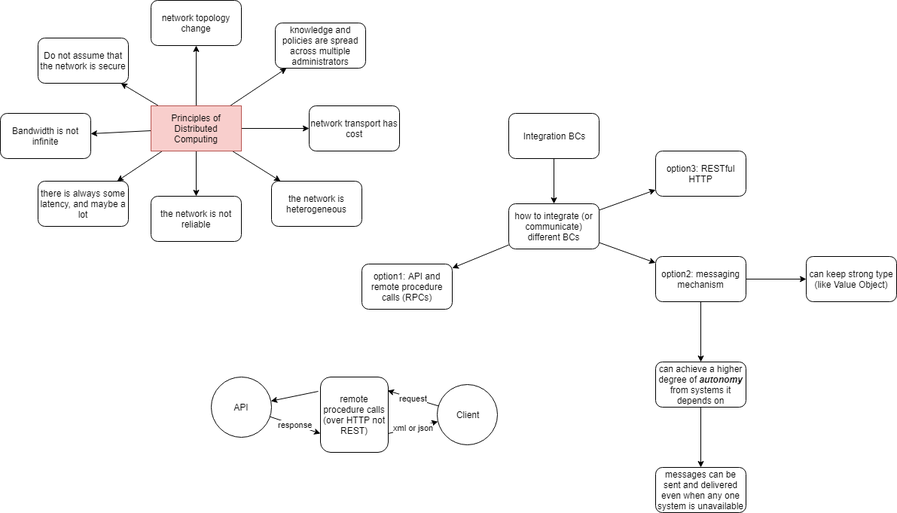
stsiwo/ddd_concept keeps this draw.io diagram as DDD_Integration_BCs.PNG. Above is the earlier version. Source tidied: cells renumbered, new cells last; positions are measured from the earlier drawing's top-left corner, leaving out a move shared by most shapes. The source it was exported from:
```xml
<mxGraphModel background="#FFFFFF">
  <root>
    <mxCell id="0" />
    <mxCell id="1" parent="0" />
    <mxCell id="2" style="rounded=0;jettySize=auto;html=1;" parent="1" edge="1" source="3" target="7">
      <mxGeometry relative="1" as="geometry" />
    </mxCell>
    <mxCell id="3" value="Integration BCs" style="rounded=1;whiteSpace=wrap;html=1;" parent="1" vertex="1">
      <mxGeometry x="675" y="150" width="120" height="60" as="geometry" />
    </mxCell>
    <mxCell id="4" style="edgeStyle=none;rounded=0;jettySize=auto;html=1;" parent="1" edge="1" source="7" target="16">
      <mxGeometry relative="1" as="geometry" />
    </mxCell>
    <mxCell id="5" style="edgeStyle=none;rounded=0;jettySize=auto;html=1;" parent="1" edge="1" source="7" target="11">
      <mxGeometry relative="1" as="geometry" />
    </mxCell>
    <mxCell id="6" style="edgeStyle=none;rounded=0;jettySize=auto;html=1;" parent="1" edge="1" source="7" target="8">
      <mxGeometry relative="1" as="geometry" />
    </mxCell>
    <mxCell id="7" value="how to integrate (or communicate) different BCs" style="rounded=1;whiteSpace=wrap;html=1;" parent="1" vertex="1">
      <mxGeometry x="675" y="270" width="120" height="60" as="geometry" />
    </mxCell>
    <mxCell id="8" value="option3: RESTful HTTP" style="rounded=1;whiteSpace=wrap;html=1;" parent="1" vertex="1">
      <mxGeometry x="870" y="200" width="120" height="60" as="geometry" />
    </mxCell>
    <mxCell id="9" style="edgeStyle=none;rounded=0;jettySize=auto;html=1;" parent="1" edge="1" source="11" target="15">
      <mxGeometry relative="1" as="geometry" />
    </mxCell>
    <mxCell id="10" style="edgeStyle=none;rounded=0;jettySize=auto;html=1;" parent="1" edge="1" source="11" target="13">
      <mxGeometry relative="1" as="geometry" />
    </mxCell>
    <mxCell id="11" value="option2: messaging mechanism" style="rounded=1;whiteSpace=wrap;html=1;" parent="1" vertex="1">
      <mxGeometry x="870" y="340" width="120" height="60" as="geometry" />
    </mxCell>
    <mxCell id="12" style="edgeStyle=none;rounded=0;jettySize=auto;html=1;" parent="1" edge="1" source="13" target="14">
      <mxGeometry relative="1" as="geometry" />
    </mxCell>
    <mxCell id="13" value="can achieve a higher degree of &lt;b&gt;&lt;i&gt;autonomy&lt;/i&gt;&lt;/b&gt; from systems it depends on" style="rounded=1;whiteSpace=wrap;html=1;" parent="1" vertex="1">
      <mxGeometry x="870" y="480" width="120" height="60" as="geometry" />
    </mxCell>
    <mxCell id="14" value="messages can be sent and delivered even when any one system is unavailable" style="rounded=1;whiteSpace=wrap;html=1;" parent="1" vertex="1">
      <mxGeometry x="870" y="620" width="120" height="60" as="geometry" />
    </mxCell>
    <mxCell id="15" value="can keep strong type (like Value Object)" style="rounded=1;whiteSpace=wrap;html=1;" parent="1" vertex="1">
      <mxGeometry x="1070" y="340" width="120" height="60" as="geometry" />
    </mxCell>
    <mxCell id="16" value="option1: API and remote procedure calls (RPCs)" style="rounded=1;whiteSpace=wrap;html=1;" parent="1" vertex="1">
      <mxGeometry x="480" y="350" width="120" height="60" as="geometry" />
    </mxCell>
    <mxCell id="17" value="response" style="edgeStyle=none;rounded=0;jettySize=auto;html=1;entryX=0;entryY=0.75;entryDx=0;entryDy=0;" parent="1" edge="1" source="18" target="23">
      <mxGeometry relative="1" as="geometry" />
    </mxCell>
    <mxCell id="18" value="API" style="ellipse;whiteSpace=wrap;html=1;" parent="1" vertex="1">
      <mxGeometry x="280" y="500" width="80" height="80" as="geometry" />
    </mxCell>
    <mxCell id="19" value="request" style="edgeStyle=none;rounded=0;jettySize=auto;html=1;entryX=0.989;entryY=0.18;entryDx=0;entryDy=0;entryPerimeter=0;" parent="1" edge="1" source="20" target="23">
      <mxGeometry relative="1" as="geometry" />
    </mxCell>
    <mxCell id="20" value="Client" style="ellipse;whiteSpace=wrap;html=1;" parent="1" vertex="1">
      <mxGeometry x="580" y="510" width="80" height="80" as="geometry" />
    </mxCell>
    <mxCell id="21" style="edgeStyle=none;rounded=0;jettySize=auto;html=1;exitX=-0.033;exitY=0.19;exitDx=0;exitDy=0;exitPerimeter=0;" parent="1" edge="1" source="23" target="18">
      <mxGeometry relative="1" as="geometry" />
    </mxCell>
    <mxCell id="22" value="xml or json" style="edgeStyle=none;rounded=0;jettySize=auto;html=1;exitX=1;exitY=0.75;exitDx=0;exitDy=0;" parent="1" edge="1" source="23" target="20">
      <mxGeometry relative="1" as="geometry" />
    </mxCell>
    <mxCell id="23" value="remote procedure calls&lt;br&gt;(over HTTP not REST)&lt;br&gt;" style="rounded=1;whiteSpace=wrap;html=1;" parent="1" vertex="1">
      <mxGeometry x="425" y="500" width="90" height="100" as="geometry" />
    </mxCell>
    <mxCell id="24" style="edgeStyle=none;rounded=0;jettySize=auto;html=1;" parent="1" edge="1" source="32" target="33">
      <mxGeometry relative="1" as="geometry" />
    </mxCell>
    <mxCell id="25" style="edgeStyle=none;rounded=0;jettySize=auto;html=1;" parent="1" edge="1" source="32" target="34">
      <mxGeometry relative="1" as="geometry" />
    </mxCell>
    <mxCell id="26" style="edgeStyle=none;rounded=0;jettySize=auto;html=1;" parent="1" edge="1" source="32" target="35">
      <mxGeometry relative="1" as="geometry" />
    </mxCell>
    <mxCell id="27" style="edgeStyle=none;rounded=0;jettySize=auto;html=1;" parent="1" edge="1" source="32" target="36">
      <mxGeometry relative="1" as="geometry" />
    </mxCell>
    <mxCell id="28" style="edgeStyle=none;rounded=0;jettySize=auto;html=1;" parent="1" edge="1" source="32" target="37">
      <mxGeometry relative="1" as="geometry" />
    </mxCell>
    <mxCell id="29" style="edgeStyle=none;rounded=0;jettySize=auto;html=1;" parent="1" edge="1" source="32" target="38">
      <mxGeometry relative="1" as="geometry" />
    </mxCell>
    <mxCell id="30" style="edgeStyle=none;rounded=0;jettySize=auto;html=1;" parent="1" edge="1" source="32" target="39">
      <mxGeometry relative="1" as="geometry" />
    </mxCell>
    <mxCell id="31" style="edgeStyle=none;rounded=0;jettySize=auto;html=1;" parent="1" edge="1" source="32" target="40">
      <mxGeometry relative="1" as="geometry" />
    </mxCell>
    <mxCell id="32" value="Principles of Distributed Computing" style="rounded=0;whiteSpace=wrap;html=1;fillColor=#f8cecc;strokeColor=#b85450;" parent="1" vertex="1">
      <mxGeometry x="200" y="140" width="120" height="60" as="geometry" />
    </mxCell>
    <mxCell id="33" value="the network is not reliable" style="rounded=1;whiteSpace=wrap;html=1;" parent="1" vertex="1">
      <mxGeometry x="200" y="260" width="120" height="60" as="geometry" />
    </mxCell>
    <mxCell id="34" value="there is always some latency, and maybe a lot" style="rounded=1;whiteSpace=wrap;html=1;" parent="1" vertex="1">
      <mxGeometry x="50" y="240" width="120" height="60" as="geometry" />
    </mxCell>
    <mxCell id="35" value="Bandwidth is not infinite" style="rounded=1;whiteSpace=wrap;html=1;" parent="1" vertex="1">
      <mxGeometry y="150" width="120" height="60" as="geometry" />
    </mxCell>
    <mxCell id="36" value="Do not assume that the network is secure" style="rounded=1;whiteSpace=wrap;html=1;" parent="1" vertex="1">
      <mxGeometry x="50" y="50" width="120" height="60" as="geometry" />
    </mxCell>
    <mxCell id="37" value="network topology change" style="rounded=1;whiteSpace=wrap;html=1;" parent="1" vertex="1">
      <mxGeometry x="200" width="120" height="60" as="geometry" />
    </mxCell>
    <mxCell id="38" value="knowledge and policies are spread across multiple administrators" style="rounded=1;whiteSpace=wrap;html=1;" parent="1" vertex="1">
      <mxGeometry x="365" y="30" width="120" height="60" as="geometry" />
    </mxCell>
    <mxCell id="39" value="network transport has cost" style="rounded=1;whiteSpace=wrap;html=1;" parent="1" vertex="1">
      <mxGeometry x="410" y="140" width="120" height="60" as="geometry" />
    </mxCell>
    <mxCell id="40" value="the network is heterogeneous" style="rounded=1;whiteSpace=wrap;html=1;" parent="1" vertex="1">
      <mxGeometry x="360" y="240" width="120" height="60" as="geometry" />
    </mxCell>
  </root>
</mxGraphModel>
```
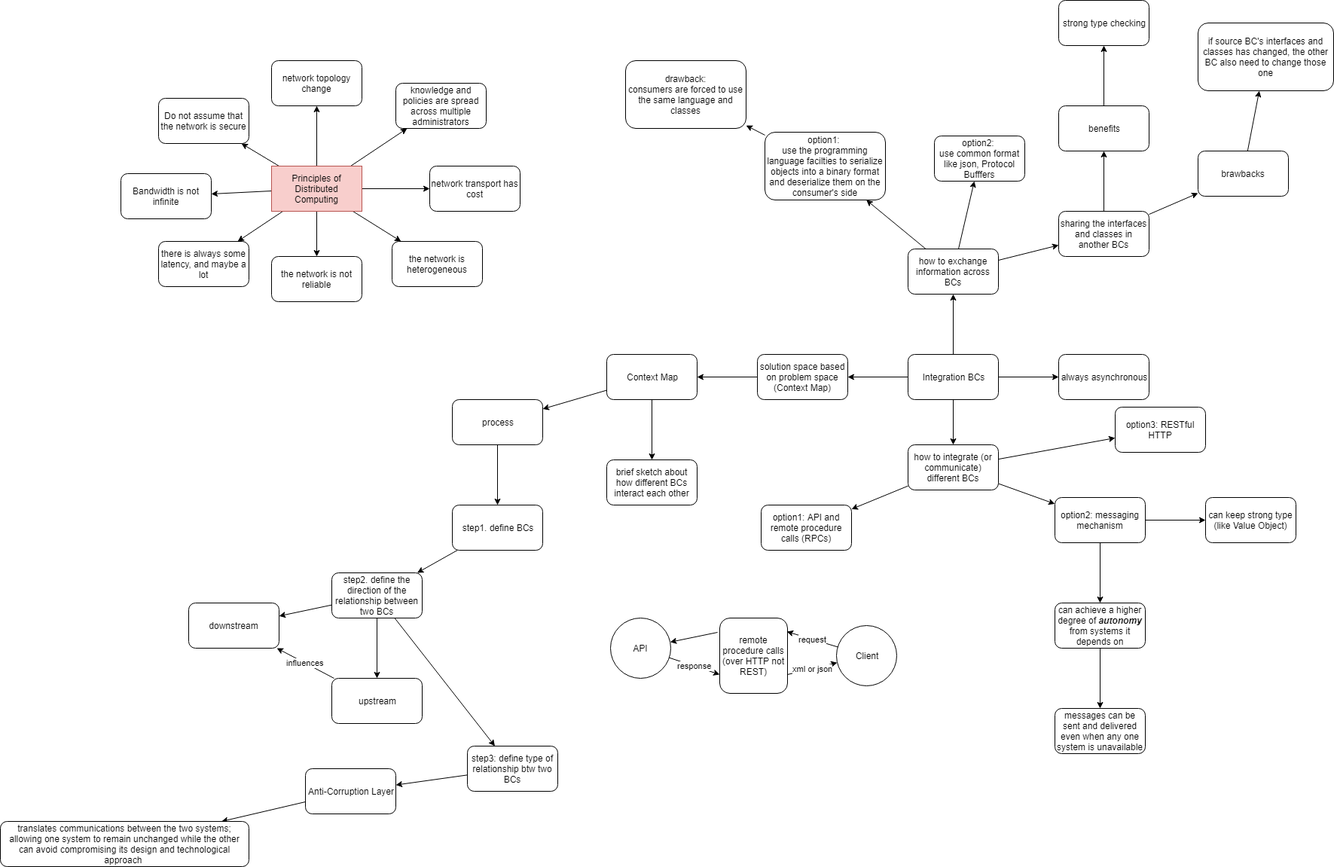
The same diagram one commit later.

Diff of the diagram source:
```diff
@@ -5,9 +5,138 @@
     <mxCell id="2" style="rounded=0;jettySize=auto;html=1;" parent="1" edge="1" source="3" target="7">
       <mxGeometry relative="1" as="geometry" />
     </mxCell>
+    <mxCell id="41" style="edgeStyle=none;rounded=0;jettySize=auto;html=1;" parent="1" edge="1" source="3" target="70">
+      <mxGeometry relative="1" as="geometry" />
+    </mxCell>
+    <mxCell id="42" style="edgeStyle=none;rounded=0;jettySize=auto;html=1;" parent="1" edge="1" source="3" target="66">
+      <mxGeometry relative="1" as="geometry" />
+    </mxCell>
+    <mxCell id="43" style="edgeStyle=none;rounded=0;jettySize=auto;html=1;" parent="1" edge="1" source="3" target="45">
+      <mxGeometry relative="1" as="geometry" />
+    </mxCell>
     <mxCell id="3" value="Integration BCs" style="rounded=1;whiteSpace=wrap;html=1;" parent="1" vertex="1">
       <mxGeometry x="675" y="150" width="120" height="60" as="geometry" />
     </mxCell>
+    <mxCell id="44" style="edgeStyle=none;rounded=0;jettySize=auto;html=1;" parent="1" edge="1" source="45" target="48">
+      <mxGeometry relative="1" as="geometry" />
+    </mxCell>
+    <mxCell id="45" value="solution space based on problem space (Context Map)" style="rounded=1;whiteSpace=wrap;html=1;" parent="1" vertex="1">
+      <mxGeometry x="475" y="150" width="120" height="60" as="geometry" />
+    </mxCell>
+    <mxCell id="46" style="edgeStyle=none;rounded=0;jettySize=auto;html=1;" parent="1" edge="1" source="48" target="65">
+      <mxGeometry relative="1" as="geometry" />
+    </mxCell>
+    <mxCell id="47" style="edgeStyle=none;rounded=0;jettySize=auto;html=1;" parent="1" edge="1" source="48" target="50">
+      <mxGeometry relative="1" as="geometry" />
+    </mxCell>
+    <mxCell id="48" value="Context Map" style="rounded=1;whiteSpace=wrap;html=1;" parent="1" vertex="1">
+      <mxGeometry x="275" y="150" width="120" height="60" as="geometry" />
+    </mxCell>
+    <mxCell id="49" style="edgeStyle=none;rounded=0;jettySize=auto;html=1;" parent="1" edge="1" source="50" target="52">
+      <mxGeometry relative="1" as="geometry" />
+    </mxCell>
+    <mxCell id="50" value="process" style="rounded=1;whiteSpace=wrap;html=1;" parent="1" vertex="1">
+      <mxGeometry x="70" y="210" width="120" height="60" as="geometry" />
+    </mxCell>
+    <mxCell id="51" style="edgeStyle=none;rounded=0;jettySize=auto;html=1;" parent="1" edge="1" source="52" target="56">
+      <mxGeometry relative="1" as="geometry" />
+    </mxCell>
+    <mxCell id="52" value="step1. define BCs" style="rounded=1;whiteSpace=wrap;html=1;" parent="1" vertex="1">
+      <mxGeometry x="70" y="350" width="120" height="60" as="geometry" />
+    </mxCell>
+    <mxCell id="53" style="edgeStyle=none;rounded=0;jettySize=auto;html=1;" parent="1" edge="1" source="56" target="64">
+      <mxGeometry relative="1" as="geometry" />
+    </mxCell>
+    <mxCell id="54" style="edgeStyle=none;rounded=0;jettySize=auto;html=1;" parent="1" edge="1" source="56" target="62">
+      <mxGeometry relative="1" as="geometry" />
+    </mxCell>
+    <mxCell id="55" style="edgeStyle=none;rounded=0;jettySize=auto;html=1;" parent="1" edge="1" source="56" target="58">
+      <mxGeometry relative="1" as="geometry" />
+    </mxCell>
+    <mxCell id="56" value="step2. define the direction of the relationship between two BCs" style="rounded=1;whiteSpace=wrap;html=1;" parent="1" vertex="1">
+      <mxGeometry x="-90" y="440" width="120" height="60" as="geometry" />
+    </mxCell>
+    <mxCell id="57" style="edgeStyle=none;rounded=0;jettySize=auto;html=1;" parent="1" edge="1" source="58" target="60">
+      <mxGeometry relative="1" as="geometry" />
+    </mxCell>
+    <mxCell id="58" value="step3: define type of relationship btw two BCs" style="rounded=1;whiteSpace=wrap;html=1;" parent="1" vertex="1">
+      <mxGeometry x="90" y="670" width="120" height="60" as="geometry" />
+    </mxCell>
+    <mxCell id="59" style="edgeStyle=none;rounded=0;jettySize=auto;html=1;" parent="1" edge="1" source="60" target="61">
+      <mxGeometry relative="1" as="geometry" />
+    </mxCell>
+    <mxCell id="60" value="Anti-Corruption Layer" style="rounded=1;whiteSpace=wrap;html=1;" parent="1" vertex="1">
+      <mxGeometry x="-125" y="700" width="120" height="60" as="geometry" />
+    </mxCell>
+    <mxCell id="61" value="translates communications between the two systems; allowing one system to remain unchanged while the other can avoid compromising its design and technological approach&amp;nbsp;" style="rounded=1;whiteSpace=wrap;html=1;" parent="1" vertex="1">
+      <mxGeometry x="-530" y="770" width="330" height="60" as="geometry" />
+    </mxCell>
+    <mxCell id="62" value="downstream" style="rounded=1;whiteSpace=wrap;html=1;" parent="1" vertex="1">
+      <mxGeometry x="-280" y="480" width="120" height="60" as="geometry" />
+    </mxCell>
+    <mxCell id="63" value="influences" style="edgeStyle=none;rounded=0;jettySize=auto;html=1;" parent="1" edge="1" source="64" target="62">
+      <mxGeometry relative="1" as="geometry" />
+    </mxCell>
+    <mxCell id="64" value="upstream" style="rounded=1;whiteSpace=wrap;html=1;" parent="1" vertex="1">
+      <mxGeometry x="-90" y="580" width="120" height="60" as="geometry" />
+    </mxCell>
+    <mxCell id="65" value="brief sketch about how different BCs interact each other" style="rounded=1;whiteSpace=wrap;html=1;" parent="1" vertex="1">
+      <mxGeometry x="275" y="290" width="120" height="60" as="geometry" />
+    </mxCell>
+    <mxCell id="66" value="always asynchronous" style="rounded=1;whiteSpace=wrap;html=1;" parent="1" vertex="1">
+      <mxGeometry x="875" y="150" width="120" height="60" as="geometry" />
+    </mxCell>
+    <mxCell id="67" style="edgeStyle=none;rounded=0;jettySize=auto;html=1;" parent="1" edge="1" source="70" target="82">
+      <mxGeometry relative="1" as="geometry" />
+    </mxCell>
+    <mxCell id="68" style="edgeStyle=none;rounded=0;jettySize=auto;html=1;" parent="1" edge="1" source="70" target="80">
+      <mxGeometry relative="1" as="geometry" />
+    </mxCell>
+    <mxCell id="69" style="edgeStyle=none;rounded=0;jettySize=auto;html=1;" parent="1" edge="1" source="70" target="73">
+      <mxGeometry relative="1" as="geometry" />
+    </mxCell>
+    <mxCell id="70" value="how to exchange information across BCs" style="rounded=1;whiteSpace=wrap;html=1;" parent="1" vertex="1">
+      <mxGeometry x="675" y="10" width="120" height="60" as="geometry" />
+    </mxCell>
+    <mxCell id="71" style="edgeStyle=none;rounded=0;jettySize=auto;html=1;" parent="1" edge="1" source="73" target="78">
+      <mxGeometry relative="1" as="geometry" />
+    </mxCell>
+    <mxCell id="72" style="edgeStyle=none;rounded=0;jettySize=auto;html=1;" parent="1" edge="1" source="73" target="75">
+      <mxGeometry relative="1" as="geometry" />
+    </mxCell>
+    <mxCell id="73" value="sharing the interfaces and classes in another BCs" style="rounded=1;whiteSpace=wrap;html=1;" parent="1" vertex="1">
+      <mxGeometry x="875" y="-40" width="120" height="60" as="geometry" />
+    </mxCell>
+    <mxCell id="74" style="edgeStyle=none;rounded=0;jettySize=auto;html=1;" parent="1" edge="1" source="75" target="76">
+      <mxGeometry relative="1" as="geometry" />
+    </mxCell>
+    <mxCell id="75" value="brawbacks" style="rounded=1;whiteSpace=wrap;html=1;" parent="1" vertex="1">
+      <mxGeometry x="1060" y="-120" width="120" height="60" as="geometry" />
+    </mxCell>
+    <mxCell id="76" value="if source BC's interfaces and classes has changed, the other BC also need to change those one" style="rounded=1;whiteSpace=wrap;html=1;" parent="1" vertex="1">
+      <mxGeometry x="1060" y="-290" width="180" height="90" as="geometry" />
+    </mxCell>
+    <mxCell id="77" style="edgeStyle=none;rounded=0;jettySize=auto;html=1;" parent="1" edge="1" source="78" target="79">
+      <mxGeometry relative="1" as="geometry" />
+    </mxCell>
+    <mxCell id="78" value="benefits" style="rounded=1;whiteSpace=wrap;html=1;" parent="1" vertex="1">
+      <mxGeometry x="875" y="-180" width="120" height="60" as="geometry" />
+    </mxCell>
+    <mxCell id="79" value="strong type checking" style="rounded=1;whiteSpace=wrap;html=1;" parent="1" vertex="1">
+      <mxGeometry x="875" y="-320" width="120" height="60" as="geometry" />
+    </mxCell>
+    <mxCell id="80" value="option2:&amp;nbsp;&lt;br&gt;use common format like json, Protocol Bufffers&lt;br&gt;" style="rounded=1;whiteSpace=wrap;html=1;" parent="1" vertex="1">
+      <mxGeometry x="710" y="-140" width="120" height="60" as="geometry" />
+    </mxCell>
+    <mxCell id="81" style="edgeStyle=none;rounded=0;jettySize=auto;html=1;" parent="1" edge="1" source="82" target="83">
+      <mxGeometry relative="1" as="geometry" />
+    </mxCell>
+    <mxCell id="82" value="option1:&amp;nbsp;&lt;br&gt;use the programming language facilties to serialize objects into a binary format and deserialize them on the consumer's side&lt;br&gt;" style="rounded=1;whiteSpace=wrap;html=1;" parent="1" vertex="1">
+      <mxGeometry x="485" y="-145" width="160" height="90" as="geometry" />
+    </mxCell>
+    <mxCell id="83" value="drawback:&lt;br&gt;consumers are forced to use the same language and classes&lt;br&gt;" style="rounded=1;whiteSpace=wrap;html=1;" parent="1" vertex="1">
+      <mxGeometry x="300" y="-240" width="160" height="90" as="geometry" />
+    </mxCell>
     <mxCell id="4" style="edgeStyle=none;rounded=0;jettySize=auto;html=1;" parent="1" edge="1" source="7" target="16">
       <mxGeometry relative="1" as="geometry" />
     </mxCell>
@@ -21,7 +150,7 @@
       <mxGeometry x="675" y="270" width="120" height="60" as="geometry" />
     </mxCell>
     <mxCell id="8" value="option3: RESTful HTTP" style="rounded=1;whiteSpace=wrap;html=1;" parent="1" vertex="1">
-      <mxGeometry x="870" y="200" width="120" height="60" as="geometry" />
+      <mxGeometry x="950" y="220" width="120" height="60" as="geometry" />
     </mxCell>
     <mxCell id="9" style="edgeStyle=none;rounded=0;jettySize=auto;html=1;" parent="1" edge="1" source="11" target="15">
       <mxGeometry relative="1" as="geometry" />
@@ -93,31 +222,31 @@
       <mxGeometry relative="1" as="geometry" />
     </mxCell>
     <mxCell id="32" value="Principles of Distributed Computing" style="rounded=0;whiteSpace=wrap;html=1;fillColor=#f8cecc;strokeColor=#b85450;" parent="1" vertex="1">
-      <mxGeometry x="200" y="140" width="120" height="60" as="geometry" />
+      <mxGeometry x="-170" y="-100" width="120" height="60" as="geometry" />
     </mxCell>
     <mxCell id="33" value="the network is not reliable" style="rounded=1;whiteSpace=wrap;html=1;" parent="1" vertex="1">
-      <mxGeometry x="200" y="260" width="120" height="60" as="geometry" />
+      <mxGeometry x="-170" y="20" width="120" height="60" as="geometry" />
     </mxCell>
     <mxCell id="34" value="there is always some latency, and maybe a lot" style="rounded=1;whiteSpace=wrap;html=1;" parent="1" vertex="1">
-      <mxGeometry x="50" y="240" width="120" height="60" as="geometry" />
+      <mxGeometry x="-320" width="120" height="60" as="geometry" />
     </mxCell>
     <mxCell id="35" value="Bandwidth is not infinite" style="rounded=1;whiteSpace=wrap;html=1;" parent="1" vertex="1">
-      <mxGeometry y="150" width="120" height="60" as="geometry" />
+      <mxGeometry x="-370" y="-90" width="120" height="60" as="geometry" />
     </mxCell>
     <mxCell id="36" value="Do not assume that the network is secure" style="rounded=1;whiteSpace=wrap;html=1;" parent="1" vertex="1">
-      <mxGeometry x="50" y="50" width="120" height="60" as="geometry" />
+      <mxGeometry x="-320" y="-190" width="120" height="60" as="geometry" />
     </mxCell>
     <mxCell id="37" value="network topology change" style="rounded=1;whiteSpace=wrap;html=1;" parent="1" vertex="1">
-      <mxGeometry x="200" width="120" height="60" as="geometry" />
+      <mxGeometry x="-170" y="-240" width="120" height="60" as="geometry" />
     </mxCell>
     <mxCell id="38" value="knowledge and policies are spread across multiple administrators" style="rounded=1;whiteSpace=wrap;html=1;" parent="1" vertex="1">
-      <mxGeometry x="365" y="30" width="120" height="60" as="geometry" />
+      <mxGeometry x="-5" y="-210" width="120" height="60" as="geometry" />
     </mxCell>
     <mxCell id="39" value="network transport has cost" style="rounded=1;whiteSpace=wrap;html=1;" parent="1" vertex="1">
-      <mxGeometry x="410" y="140" width="120" height="60" as="geometry" />
+      <mxGeometry x="40" y="-100" width="120" height="60" as="geometry" />
     </mxCell>
     <mxCell id="40" value="the network is heterogeneous" style="rounded=1;whiteSpace=wrap;html=1;" parent="1" vertex="1">
-      <mxGeometry x="360" y="240" width="120" height="60" as="geometry" />
+      <mxGeometry x="-10" width="120" height="60" as="geometry" />
     </mxCell>
   </root>
 </mxGraphModel>
```
